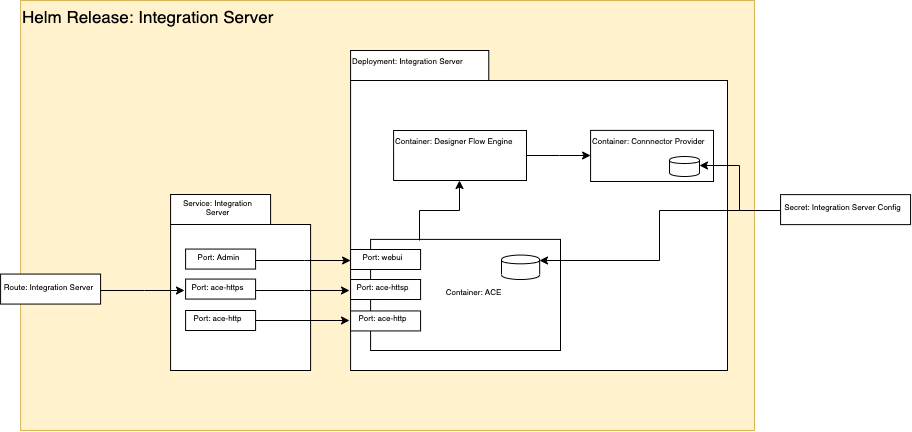
The draw.io diagram docs/anatomy-of-an-integration-server.png in ot4i/knapp-connect, before a commit. Source tidied: cells renumbered, new cells last; positions are measured from the earlier drawing's top-left corner, leaving out a move shared by most shapes.
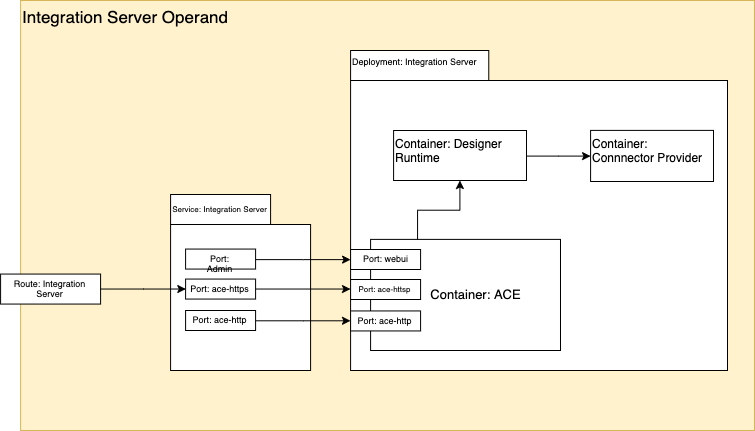
Later version of the same file.

The edit, as a diff of the source:
```diff
@@ -2,10 +2,10 @@
   <root>
     <mxCell id="0" />
     <mxCell id="1" parent="0" />
-    <mxCell id="2" value="Helm Release: Integration Server" style="rounded=0;whiteSpace=wrap;html=1;fontSize=17;align=left;fillColor=#fff2cc;strokeColor=#d6b656;verticalAlign=top;" parent="1" vertex="1">
+    <mxCell id="2" value="Integration Server Operand" style="rounded=0;whiteSpace=wrap;html=1;fontSize=17;align=left;fillColor=#fff2cc;strokeColor=#d6b656;verticalAlign=top;" parent="1" vertex="1">
       <mxGeometry x="20.1" width="733.9" height="430" as="geometry" />
     </mxCell>
-    <mxCell id="3" value="Deployment: Integration Server" style="rounded=0;whiteSpace=wrap;html=1;fontSize=8;verticalAlign=top;align=left;" parent="1" vertex="1">
+    <mxCell id="3" value="Deployment: Integration Server" style="rounded=0;whiteSpace=wrap;html=1;fontSize=9;verticalAlign=top;align=left;" parent="1" vertex="1">
       <mxGeometry x="350.1" y="50" width="138.2" height="30" as="geometry" />
     </mxCell>
     <mxCell id="4" style="edgeStyle=orthogonalEdgeStyle;rounded=0;jettySize=auto;html=1;entryX=0.5;entryY=1;entryDx=0;entryDy=0;fontSize=8;exitX=0.25;exitY=0;exitDx=0;exitDy=0;" parent="1" edge="1" source="9">
@@ -16,19 +16,19 @@
     <mxCell id="5" style="rounded=0;whiteSpace=wrap;html=1;fontSize=8;verticalAlign=top;align=left;" parent="1" vertex="1">
       <mxGeometry x="350.1" y="80" width="376.9" height="290" as="geometry" />
     </mxCell>
-    <mxCell id="6" value="&lt;span style=&quot;white-space: normal&quot;&gt;Container: Connnector Provider&lt;/span&gt;" style="rounded=0;whiteSpace=wrap;html=1;fontSize=8;verticalAlign=top;align=left;" parent="1" vertex="1">
+    <mxCell id="6" value="&lt;span style=&quot;white-space: normal; font-size: 12px;&quot;&gt;Container: Connnector Provider&lt;/span&gt;" style="rounded=0;whiteSpace=wrap;html=1;fontSize=12;verticalAlign=top;align=left;" parent="1" vertex="1">
       <mxGeometry x="590.1" y="129.9" width="122.9" height="51.1" as="geometry" />
     </mxCell>
     <mxCell id="7" style="edgeStyle=orthogonalEdgeStyle;rounded=0;jettySize=auto;html=1;fontSize=8;" parent="1" edge="1" source="8" target="6">
       <mxGeometry relative="1" as="geometry" />
     </mxCell>
-    <mxCell id="8" value="&lt;span style=&quot;white-space: normal&quot;&gt;Container: Designer Flow Engine&lt;/span&gt;" style="rounded=0;whiteSpace=wrap;html=1;fontSize=8;verticalAlign=top;align=left;" parent="1" vertex="1">
+    <mxCell id="8" value="&lt;span style=&quot;white-space: normal ; font-size: 12px&quot;&gt;Container: Designer Runtime&lt;/span&gt;" style="rounded=0;whiteSpace=wrap;html=1;fontSize=12;verticalAlign=top;align=left;" parent="1" vertex="1">
       <mxGeometry x="393.1" y="130" width="132.9" height="50" as="geometry" />
     </mxCell>
-    <mxCell id="9" value="&lt;span style=&quot;white-space: normal&quot;&gt;Container: ACE&lt;/span&gt;" style="rounded=0;whiteSpace=wrap;html=1;fontSize=8;verticalAlign=middle;align=center;spacingLeft=20;" parent="1" vertex="1">
+    <mxCell id="9" value="&lt;span style=&quot;white-space: normal; font-size: 13px;&quot;&gt;Container: ACE&lt;/span&gt;" style="rounded=0;whiteSpace=wrap;html=1;fontSize=13;verticalAlign=middle;align=center;spacingLeft=20;" parent="1" vertex="1">
       <mxGeometry x="370.1" y="238.9" width="189.9" height="111.1" as="geometry" />
     </mxCell>
-    <mxCell id="10" value="Port: webui" style="rounded=0;whiteSpace=wrap;html=1;fontSize=8;align=center;" parent="1" vertex="1">
+    <mxCell id="10" value="Port: webui" style="rounded=0;whiteSpace=wrap;html=1;fontSize=9;align=center;" parent="1" vertex="1">
       <mxGeometry x="350.1" y="249" width="70" height="20" as="geometry" />
     </mxCell>
     <mxCell id="11" value="Port: ace-httsp" style="rounded=0;whiteSpace=wrap;html=1;fontSize=8;align=center;" parent="1" vertex="1">
@@ -37,53 +37,38 @@
     <mxCell id="12" style="edgeStyle=orthogonalEdgeStyle;rounded=0;jettySize=auto;html=1;fontSize=8;exitX=0.25;exitY=0;exitDx=0;exitDy=0;" parent="1" edge="1" source="9" target="8">
       <mxGeometry relative="1" as="geometry" />
     </mxCell>
-    <mxCell id="13" style="shape=cylinder;whiteSpace=wrap;html=1;boundedLbl=1;backgroundOutline=1;fontSize=8;align=center;" parent="1" vertex="1">
-      <mxGeometry x="501" y="254.6" width="38.2" height="24.4" as="geometry" />
+    <mxCell id="13" value="Route: Integration Server" style="rounded=0;whiteSpace=wrap;html=1;fontSize=9;" parent="1" vertex="1">
+      <mxGeometry x="0.1" y="273.6" width="100" height="30" as="geometry" />
     </mxCell>
-    <mxCell id="14" style="shape=cylinder;whiteSpace=wrap;html=1;boundedLbl=1;backgroundOutline=1;fontSize=8;align=center;" parent="1" vertex="1">
-      <mxGeometry x="669" y="156" width="30" height="20" as="geometry" />
+    <mxCell id="14" value="Service: Integration Server" style="rounded=0;whiteSpace=wrap;html=1;fontSize=8;" parent="1" vertex="1">
+      <mxGeometry x="170.1" y="194" width="100" height="30" as="geometry" />
     </mxCell>
-    <mxCell id="15" value="Route: Integration Server" style="rounded=0;whiteSpace=wrap;html=1;fontSize=8;" parent="1" vertex="1">
-      <mxGeometry x="0.1" y="273.6" width="100" height="30" as="geometry" />
+    <mxCell id="15" style="rounded=0;whiteSpace=wrap;html=1;fontSize=8;" parent="1" vertex="1">
+      <mxGeometry x="170.1" y="224" width="140" height="146" as="geometry" />
     </mxCell>
-    <mxCell id="16" value="Service: Integration Server" style="rounded=0;whiteSpace=wrap;html=1;fontSize=8;" parent="1" vertex="1">
-      <mxGeometry x="170.1" y="194" width="100" height="30" as="geometry" />
+    <mxCell id="16" style="edgeStyle=orthogonalEdgeStyle;rounded=0;jettySize=auto;html=1;fontSize=8;" parent="1" edge="1" source="17" target="10">
+      <mxGeometry relative="1" as="geometry" />
     </mxCell>
-    <mxCell id="17" style="edgeStyle=orthogonalEdgeStyle;rounded=0;jettySize=auto;html=1;entryX=1;entryY=0.5;entryDx=0;entryDy=0;fontSize=8;" parent="1" edge="1" source="19" target="14">
-      <mxGeometry relative="1" as="geometry" />
+    <mxCell id="17" value="Port: Admin" style="rounded=0;whiteSpace=wrap;html=1;fontSize=9;align=center;" parent="1" vertex="1">
+      <mxGeometry x="185.1" y="248.6" width="70" height="20" as="geometry" />
     </mxCell>
-    <mxCell id="18" style="edgeStyle=orthogonalEdgeStyle;rounded=0;jettySize=auto;html=1;entryX=1;entryY=0.3;entryDx=0;entryDy=0;fontSize=8;" parent="1" edge="1" source="19" target="13">
+    <mxCell id="18" style="edgeStyle=orthogonalEdgeStyle;rounded=0;jettySize=auto;html=1;entryX=0;entryY=0.5;entryDx=0;entryDy=0;fontSize=8;" parent="1" edge="1" source="19" target="11">
       <mxGeometry relative="1" as="geometry" />
     </mxCell>
-    <mxCell id="19" value="Secret: Integration Server Config" style="rounded=0;whiteSpace=wrap;html=1;fontSize=8;" parent="1" vertex="1">
-      <mxGeometry x="780.1" y="194.1" width="130" height="30" as="geometry" />
+    <mxCell id="19" value="Port: ace-https" style="rounded=0;whiteSpace=wrap;html=1;fontSize=9;align=center;" parent="1" vertex="1">
+      <mxGeometry x="185.1" y="278.6" width="70" height="20" as="geometry" />
     </mxCell>
-    <mxCell id="20" style="rounded=0;whiteSpace=wrap;html=1;fontSize=8;" parent="1" vertex="1">
-      <mxGeometry x="170.1" y="224" width="140" height="146" as="geometry" />
+    <mxCell id="20" style="edgeStyle=orthogonalEdgeStyle;rounded=0;jettySize=auto;html=1;entryX=0;entryY=0.5;entryDx=0;entryDy=0;fontSize=8;" parent="1" edge="1" source="13" target="19">
+      <mxGeometry relative="1" as="geometry" />
     </mxCell>
-    <mxCell id="21" style="edgeStyle=orthogonalEdgeStyle;rounded=0;jettySize=auto;html=1;fontSize=8;" parent="1" edge="1" source="22" target="10">
-      <mxGeometry relative="1" as="geometry" />
+    <mxCell id="21" value="Port: ace-http" style="rounded=0;whiteSpace=wrap;html=1;fontSize=9;align=center;" parent="1" vertex="1">
+      <mxGeometry x="350.1" y="310.4" width="70" height="20" as="geometry" />
     </mxCell>
-    <mxCell id="22" value="Port: Admin" style="rounded=0;whiteSpace=wrap;html=1;fontSize=8;align=center;" parent="1" vertex="1">
-      <mxGeometry x="185.1" y="248.6" width="70" height="20" as="geometry" />
+    <mxCell id="22" style="edgeStyle=orthogonalEdgeStyle;rounded=0;jettySize=auto;html=1;entryX=0;entryY=0.5;entryDx=0;entryDy=0;fontSize=8;" parent="1" edge="1" source="23" target="21">
+      <mxGeometry relative="1" as="geometry" />
     </mxCell>
-    <mxCell id="23" style="edgeStyle=orthogonalEdgeStyle;rounded=0;jettySize=auto;html=1;entryX=0;entryY=0.5;entryDx=0;entryDy=0;fontSize=8;" parent="1" edge="1" source="24" target="11">
-      <mxGeometry relative="1" as="geometry" />
+    <mxCell id="23" value="Port: ace-http" style="rounded=0;whiteSpace=wrap;html=1;fontSize=9;align=center;" parent="1" vertex="1">
+      <mxGeometry x="185.1" y="310" width="70" height="20" as="geometry" />
     </mxCell>
-    <mxCell id="24" value="Port: ace-https" style="rounded=0;whiteSpace=wrap;html=1;fontSize=8;align=center;" parent="1" vertex="1">
-      <mxGeometry x="185.1" y="278.6" width="70" height="20" as="geometry" />
-    </mxCell>
-    <mxCell id="25" style="edgeStyle=orthogonalEdgeStyle;rounded=0;jettySize=auto;html=1;entryX=0;entryY=0.5;entryDx=0;entryDy=0;fontSize=8;" parent="1" edge="1" source="15" target="24">
-      <mxGeometry relative="1" as="geometry" />
-    </mxCell>
-    <mxCell id="26" value="Port: ace-http" style="rounded=0;whiteSpace=wrap;html=1;fontSize=8;align=center;" parent="1" vertex="1">
-      <mxGeometry x="350.1" y="310.4" width="70" height="20" as="geometry" />
-    </mxCell>
-    <mxCell id="27" style="edgeStyle=orthogonalEdgeStyle;rounded=0;jettySize=auto;html=1;entryX=0;entryY=0.5;entryDx=0;entryDy=0;fontSize=8;" parent="1" edge="1" source="28" target="26">
-      <mxGeometry relative="1" as="geometry" />
-    </mxCell>
-    <mxCell id="28" value="Port: ace-http" style="rounded=0;whiteSpace=wrap;html=1;fontSize=8;align=center;" parent="1" vertex="1">
-      <mxGeometry x="185.1" y="310" width="70" height="20" as="geometry" />
-    </mxCell>
   </root>
 </mxGraphModel>
```
